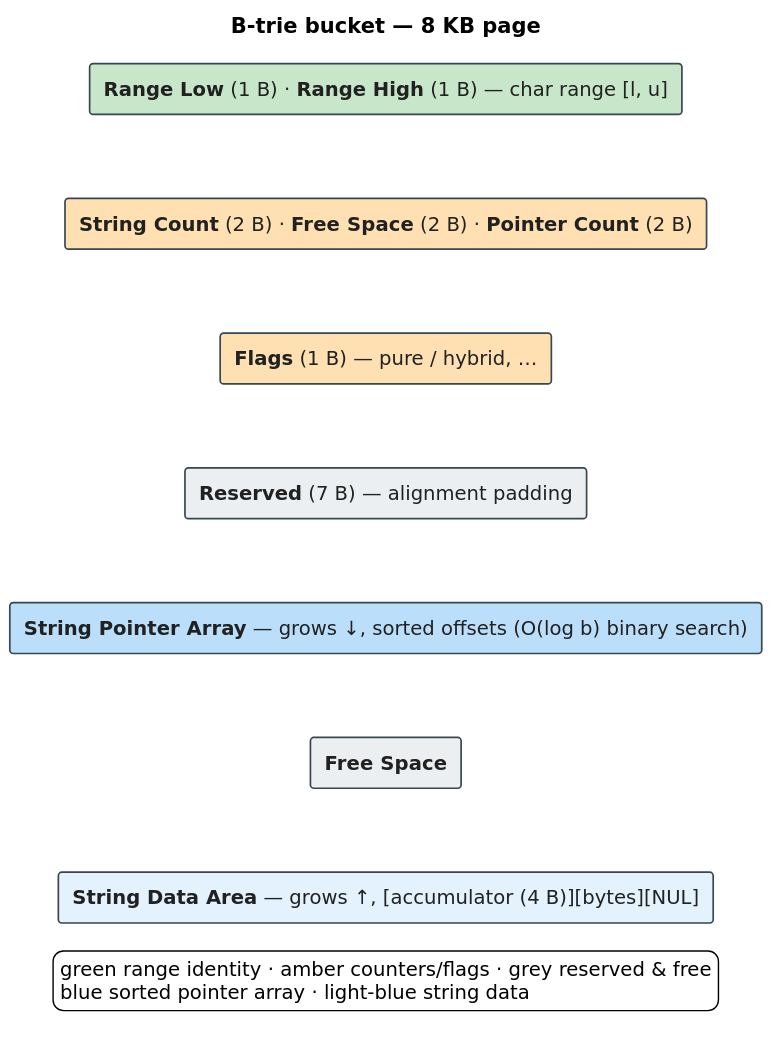
vinary-tree/libdictenstein keeps this PlantUML diagram as docs/diagrams/btrie-bucket-layout.svg. Above is the earlier version. Its source is kept beside it as docs/diagrams/src/btrie-bucket-layout.puml. Source of this version:
```plantuml
@startuml btrie-bucket-layout
skinparam defaultFontSize 14
skinparam shadowing false
skinparam backgroundColor #FFFFFF
skinparam defaultFontName "DejaVu Sans"
skinparam rectangle {
  BorderColor #37474F
  FontColor #212121
  BorderThickness 1.2
}
skinparam TitleFontSize 15

title B-trie bucket — 8 KB page

rectangle "**Range Low** (1 B) · **Range High** (1 B) — char range [l, u]" as R0 #C8E6C9
rectangle "**String Count** (2 B) · **Free Space** (2 B) · **Pointer Count** (2 B)" as R1 #FFE0B2
rectangle "**Flags** (1 B) — pure / hybrid, …" as R2 #FFE0B2
rectangle "**Reserved** (7 B) — alignment padding" as R3 #ECEFF1
rectangle "**String Pointer Array** — grows ↓, sorted offsets (O(log b) binary search)" as R4 #BBDEFB
rectangle "**Free Space**" as R5 #ECEFF1
rectangle "**String Data Area** — grows ↑, [accumulator (4 B)][bytes][NUL]" as R6 #E3F2FD

R0 -[hidden]down- R1
R1 -[hidden]down- R2
R2 -[hidden]down- R3
R3 -[hidden]down- R4
R4 -[hidden]down- R5
R5 -[hidden]down- R6

legend bottom
  green range identity · amber counters/flags · grey reserved & free
  blue sorted pointer array · light-blue string data
endlegend
@enduml
```
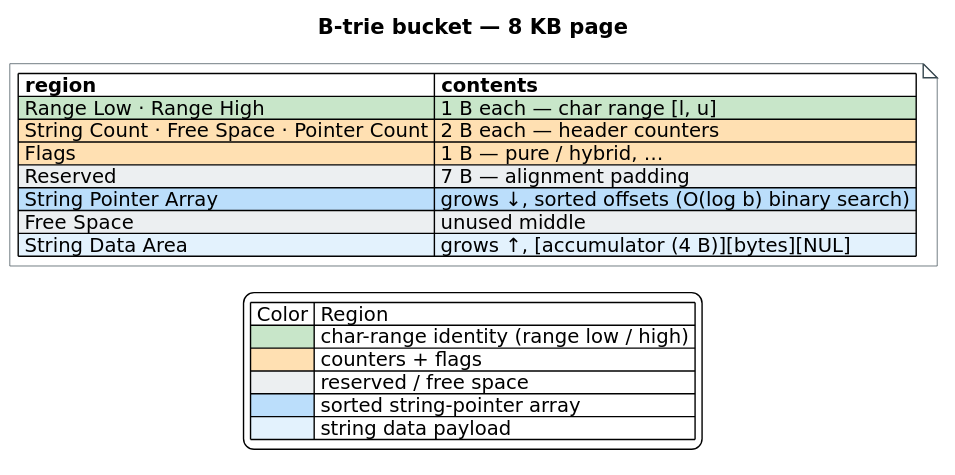
After the commit.

Change to the diagram source:
```diff
@@ -3,32 +3,32 @@
 skinparam shadowing false
 skinparam backgroundColor #FFFFFF
 skinparam defaultFontName "DejaVu Sans"
-skinparam rectangle {
+skinparam TitleFontSize 15
+skinparam noteFontSize 14
+skinparam note {
+  BackgroundColor #FFFFFF
   BorderColor #37474F
-  FontColor #212121
-  BorderThickness 1.2
 }
-skinparam TitleFontSize 15
 
 title B-trie bucket — 8 KB page
 
-rectangle "**Range Low** (1 B) · **Range High** (1 B) — char range [l, u]" as R0 #C8E6C9
-rectangle "**String Count** (2 B) · **Free Space** (2 B) · **Pointer Count** (2 B)" as R1 #FFE0B2
-rectangle "**Flags** (1 B) — pure / hybrid, …" as R2 #FFE0B2
-rectangle "**Reserved** (7 B) — alignment padding" as R3 #ECEFF1
-rectangle "**String Pointer Array** — grows ↓, sorted offsets (O(log b) binary search)" as R4 #BBDEFB
-rectangle "**Free Space**" as R5 #ECEFF1
-rectangle "**String Data Area** — grows ↑, [accumulator (4 B)][bytes][NUL]" as R6 #E3F2FD
-
-R0 -[hidden]down- R1
-R1 -[hidden]down- R2
-R2 -[hidden]down- R3
-R3 -[hidden]down- R4
-R4 -[hidden]down- R5
-R5 -[hidden]down- R6
+note as BB
+|= region |= contents |
+|<#C8E6C9> Range Low · Range High |<#C8E6C9> 1 B each — char range [l, u] |
+|<#FFE0B2> String Count · Free Space · Pointer Count |<#FFE0B2> 2 B each — header counters |
+|<#FFE0B2> Flags |<#FFE0B2> 1 B — pure / hybrid, … |
+|<#ECEFF1> Reserved |<#ECEFF1> 7 B — alignment padding |
+|<#BBDEFB> String Pointer Array |<#BBDEFB> grows ↓, sorted offsets (O(log b) binary search) |
+|<#ECEFF1> Free Space |<#ECEFF1> unused middle |
+|<#E3F2FD> String Data Area |<#E3F2FD> grows ↑, [accumulator (4 B)][bytes][NUL] |
+end note
 
 legend bottom
-  green range identity · amber counters/flags · grey reserved & free
-  blue sorted pointer array · light-blue string data
+| Color | Region |
+|<#C8E6C9>| char-range identity (range low / high) |
+|<#FFE0B2>| counters + flags |
+|<#ECEFF1>| reserved / free space |
+|<#BBDEFB>| sorted string-pointer array |
+|<#E3F2FD>| string data payload |
 endlegend
 @enduml
```
